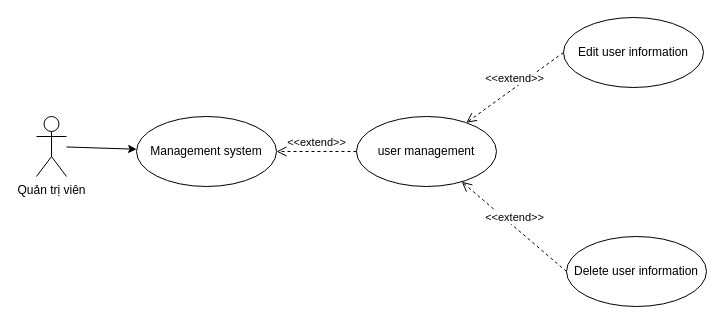
This is page "Use case quản lý người dùng" (23 of 34) of Biểu đồ không có tiêu đề.drawio from anhduy7723/api_auth, a draw.io file, before an edit. Source tidied: cells renumbered, new cells numbered last; positions are measured from the earlier drawing's top-left corner, leaving out a move shared by most shapes. Both pictures are drawn from the tidied source at 100%, with x=0, y=0 at pixel (36, 17).
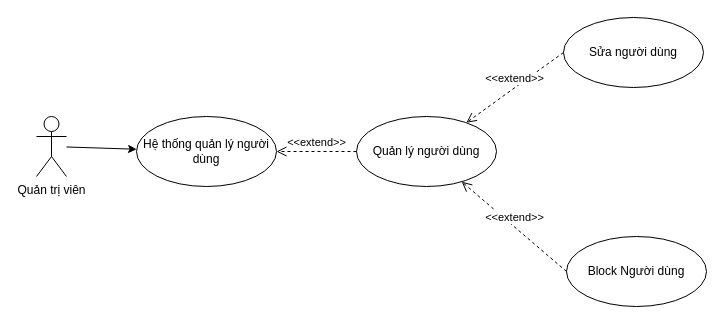
After the change.

Diff of the diagram source:
```diff
@@
 <mxGraphModel>
   <root>
     <mxCell id="0" />
     <mxCell id="1" parent="0" />
     <mxCell id="2" style="edgeStyle=none;rounded=0;jettySize=auto;html=1;" parent="1" edge="1" source="3" target="4">
       <mxGeometry relative="1" as="geometry" />
     </mxCell>
     <mxCell id="3" value="Quản trị viên" style="shape=umlActor;verticalLabelPosition=bottom;verticalAlign=top;html=1;" parent="1" vertex="1">
       <mxGeometry y="99" width="30" height="60" as="geometry" />
     </mxCell>
-    <mxCell id="4" value="Management system" style="ellipse;whiteSpace=wrap;html=1;" parent="1" vertex="1">
+    <mxCell id="4" value="Hệ thống quản lý người dùng" style="ellipse;whiteSpace=wrap;html=1;" parent="1" vertex="1">
       <mxGeometry x="100" y="99" width="140" height="70" as="geometry" />
     </mxCell>
-    <mxCell id="5" value="user management" style="ellipse;whiteSpace=wrap;html=1;" parent="1" vertex="1">
+    <mxCell id="5" value="Quản lý người dùng" style="ellipse;whiteSpace=wrap;html=1;" parent="1" vertex="1">
       <mxGeometry x="320" y="99" width="140" height="70" as="geometry" />
     </mxCell>
     <mxCell id="6" value="&amp;lt;&amp;lt;extend&amp;gt;&amp;gt;" style="html=1;verticalAlign=bottom;endArrow=open;dashed=1;endSize=8;curved=0;rounded=0;exitX=0;exitY=0.5;exitDx=0;exitDy=0;entryX=1;entryY=0.5;entryDx=0;entryDy=0;" parent="1" edge="1" source="5" target="4">
       <mxGeometry relative="1" as="geometry" />
     </mxCell>
-    <mxCell id="7" value="Edit user information" style="ellipse;whiteSpace=wrap;html=1;" parent="1" vertex="1">
+    <mxCell id="7" value="Sửa người dùng" style="ellipse;whiteSpace=wrap;html=1;" parent="1" vertex="1">
       <mxGeometry x="527" width="140" height="70" as="geometry" />
     </mxCell>
     <mxCell id="8" value="&amp;lt;&amp;lt;extend&amp;gt;&amp;gt;" style="html=1;verticalAlign=bottom;endArrow=open;dashed=1;endSize=8;curved=0;rounded=0;exitX=0;exitY=0.5;exitDx=0;exitDy=0;" parent="1" edge="1" source="7" target="5">
       <mxGeometry relative="1" as="geometry" />
     </mxCell>
-    <mxCell id="9" value="Delete user information" style="ellipse;whiteSpace=wrap;html=1;" parent="1" vertex="1">
+    <mxCell id="9" value="Block Người dùng" style="ellipse;whiteSpace=wrap;html=1;" parent="1" vertex="1">
       <mxGeometry x="530" y="219" width="140" height="70" as="geometry" />
     </mxCell>
     <mxCell id="10" value="&amp;lt;&amp;lt;extend&amp;gt;&amp;gt;" style="html=1;verticalAlign=bottom;endArrow=open;dashed=1;endSize=8;curved=0;rounded=0;exitX=0;exitY=0.5;exitDx=0;exitDy=0;" parent="1" edge="1" source="9" target="5">
       <mxGeometry relative="1" as="geometry" />
     </mxCell>
   </root>
 </mxGraphModel>
```
